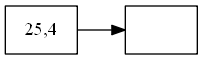
This is PointsReport.png from olgt/EDD_1S2019_P1_201612341, a Graphviz export, as it was before one commit. Its source is kept beside it as PointsReport.dot.
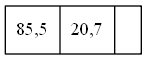
After the change.

What changed in the source:
```diff
@@ -1,7 +1,5 @@
 digraph firstGraph{
+rankdir=BT;
 node [shape = record];
-rankdir=LR;
-node0 [label=" 25,4 "];
-node0 -> node1;
-node1 [label="   "];
+hashTable [label="<f0>85,5|<f2>20,7|<f1>  "];
 }
```
